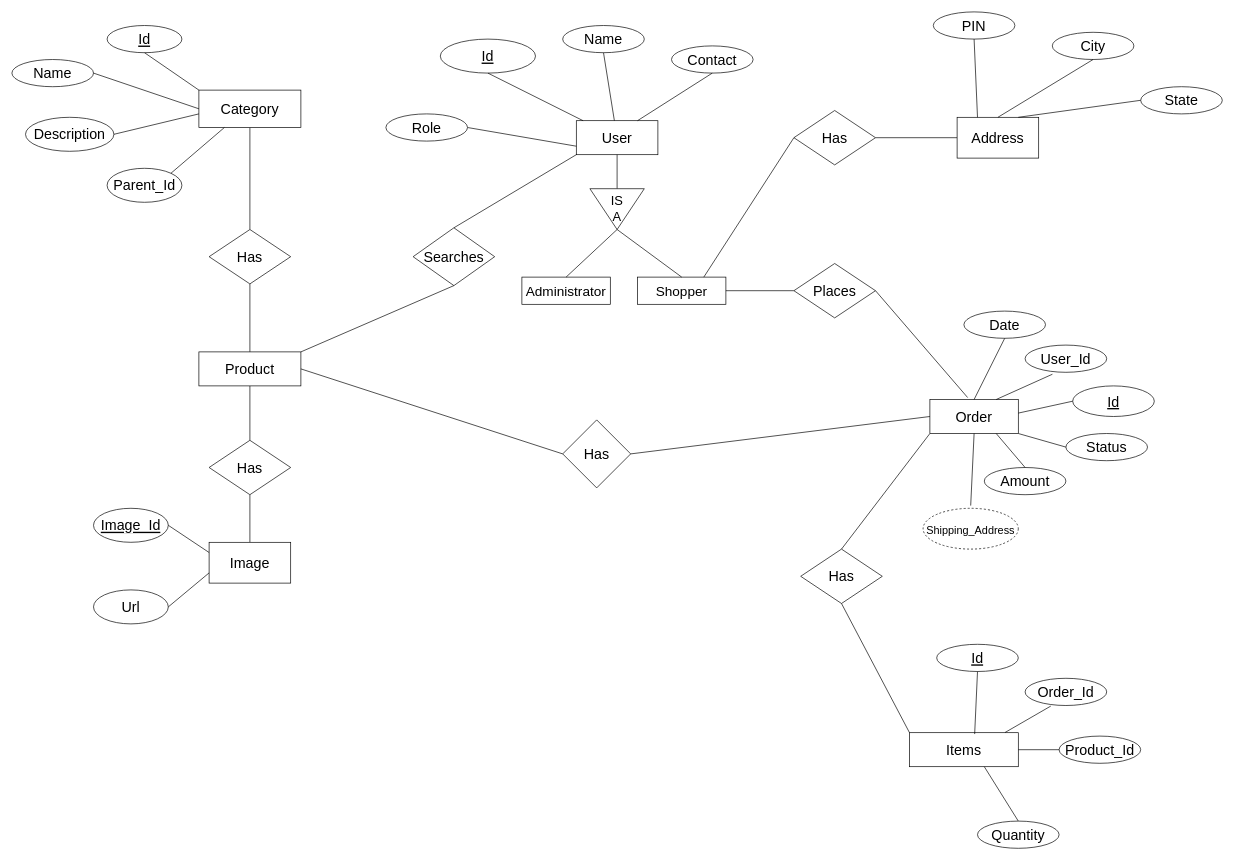
Metacube-KaranSingh-Solanki/GET2021-DSA keeps this draw.io diagram as Untitled Diagram.drawio. Above is the earlier version. Source tidied: cells renumbered, new cells numbered last; positions are measured from the earlier drawing's top-left corner, leaving out a move shared by most shapes. Both pictures are drawn from the tidied source at 68%, with x=0, y=0 at pixel (12, 12).
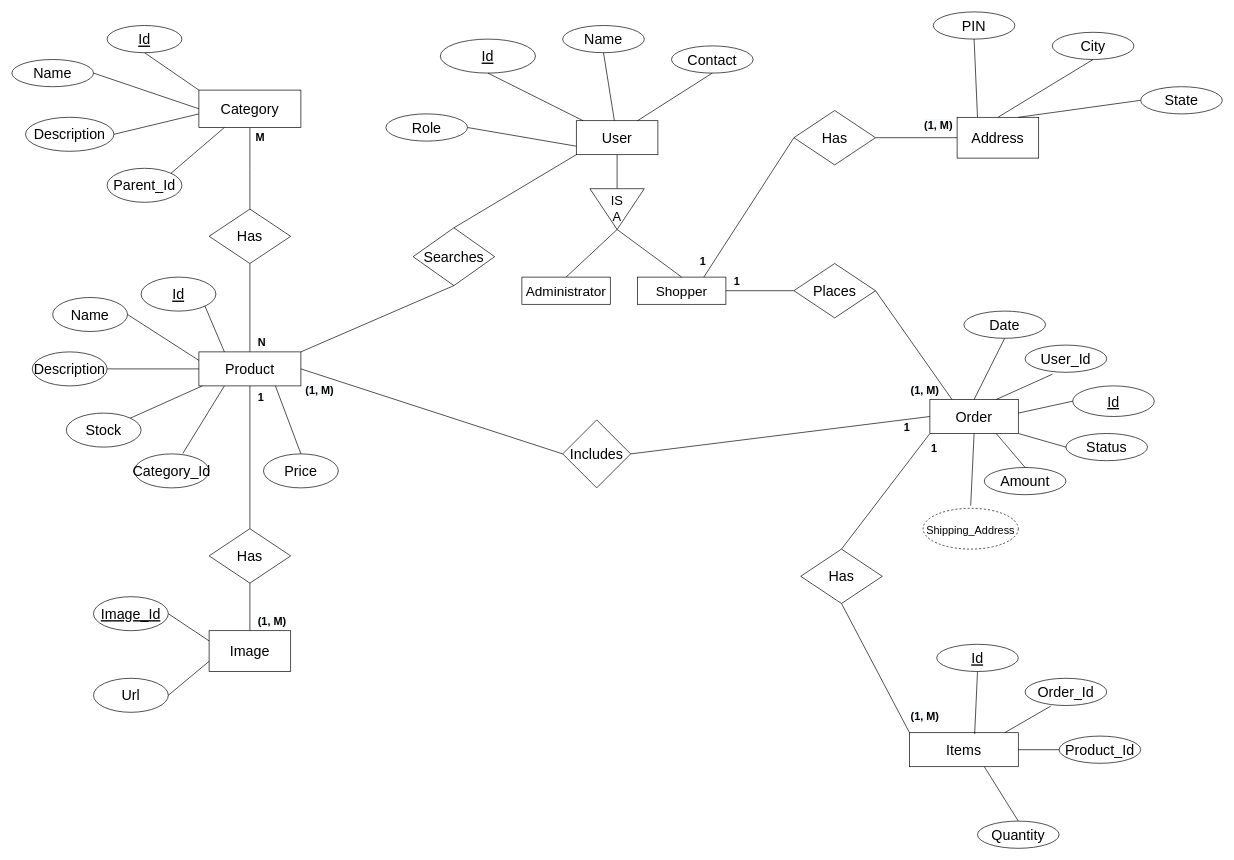
The same page after the edit.

The change refers to these unchanged cells:
```xml
<mxCell id="13" value="Category" style="rounded=0;whiteSpace=wrap;html=1;fontSize=21;" parent="1" vertex="1">
  <mxGeometry x="275" y="115" width="150" height="55" as="geometry" />
</mxCell>
<mxCell id="17" value="Product" style="rounded=0;whiteSpace=wrap;html=1;fontSize=21;" parent="1" vertex="1">
  <mxGeometry x="275" y="500" width="150" height="50" as="geometry" />
</mxCell>
<mxCell id="33" value="Order" style="rounded=0;whiteSpace=wrap;html=1;fontSize=21;" parent="1" vertex="1">
  <mxGeometry x="1350" y="570" width="130" height="50" as="geometry" />
</mxCell>
<mxCell id="56" value="Places" style="rhombus;whiteSpace=wrap;html=1;fontSize=21;rotation=0;direction=north;" parent="1" vertex="1">
  <mxGeometry x="1150" y="370" width="120" height="80" as="geometry" />
</mxCell>
```

The edit, as a diff of the source:
```diff
@@
-    <mxCell id="12" style="edgeStyle=orthogonalEdgeStyle;rounded=0;jettySize=auto;html=1;exitX=0.5;exitY=1;exitDx=0;exitDy=0;fontSize=21;endArrow=none;endFill=0;" parent="1" edge="1" source="13" target="15">
+    <mxCell id="12" style="edgeStyle=elbowEdgeStyle;rounded=0;jettySize=auto;html=1;exitX=0.5;exitY=1;exitDx=0;exitDy=0;fontSize=21;endArrow=none;endFill=0;elbow=vertical;startArrow=none;startFill=0;" parent="1" edge="1" source="13" target="15">
       <mxGeometry relative="1" as="geometry" />
     </mxCell>
@@
     <mxCell id="15" value="Has" style="rhombus;whiteSpace=wrap;html=1;fontSize=21;rotation=0;direction=north;" parent="1" vertex="1">
-      <mxGeometry x="290" y="320" width="120" height="80" as="geometry" />
+      <mxGeometry x="290" y="290" width="120" height="80" as="geometry" />
     </mxCell>
@@
     <mxCell id="30" value="Has" style="rhombus;whiteSpace=wrap;html=1;fontSize=21;rotation=0;direction=north;" parent="1" vertex="1">
-      <mxGeometry x="290" y="630" width="120" height="80" as="geometry" />
+      <mxGeometry x="290" y="760" width="120" height="80" as="geometry" />
     </mxCell>
     <mxCell id="31" value="Image" style="rounded=0;whiteSpace=wrap;html=1;fontSize=21;" parent="1" vertex="1">
-      <mxGeometry x="290" y="780" width="120" height="60" as="geometry" />
+      <mxGeometry x="290" y="910" width="120" height="60" as="geometry" />
     </mxCell>
@@
-    <mxCell id="40" value="&lt;font style=&quot;font-size: 21px&quot;&gt;Has&lt;/font&gt;" style="rhombus;whiteSpace=wrap;html=1;" parent="1" vertex="1">
+    <mxCell id="40" value="&lt;font style=&quot;font-size: 21px&quot;&gt;Includes&lt;/font&gt;" style="rhombus;whiteSpace=wrap;html=1;" parent="1" vertex="1">
       <mxGeometry x="810" y="600" width="100" height="100" as="geometry" />
     </mxCell>
@@
-    <mxCell id="59" style="endArrow=none;html=1;entryX=0.427;entryY=-0.057;entryDx=0;entryDy=0;entryPerimeter=0;exitX=0.5;exitY=1;exitDx=0;exitDy=0;" parent="1" edge="1" source="56" target="33">
+    <mxCell id="59" style="endArrow=none;html=1;entryX=0.25;entryY=0;entryDx=0;entryDy=0;exitX=0.5;exitY=1;exitDx=0;exitDy=0;" parent="1" edge="1" source="56" target="33">
       <mxGeometry relative="1" as="geometry" />
     </mxCell>
@@
     <mxCell id="79" value="&lt;u&gt;Image_Id&lt;/u&gt;" style="ellipse;whiteSpace=wrap;html=1;fontSize=21;" parent="1" vertex="1">
-      <mxGeometry x="120" y="730" width="110" height="50" as="geometry" />
+      <mxGeometry x="120" y="860" width="110" height="50" as="geometry" />
     </mxCell>
     <mxCell id="80" value="Url" style="ellipse;whiteSpace=wrap;html=1;fontSize=21;" parent="1" vertex="1">
-      <mxGeometry x="120" y="850" width="110" height="50" as="geometry" />
+      <mxGeometry x="120" y="980" width="110" height="50" as="geometry" />
     </mxCell>
@@
+    <mxCell id="83" value="Description" style="ellipse;whiteSpace=wrap;html=1;fontSize=21;" parent="1" vertex="1">
+      <mxGeometry x="30" y="500" width="110" height="50" as="geometry" />
+    </mxCell>
+    <mxCell id="84" value="Name" style="ellipse;whiteSpace=wrap;html=1;fontSize=21;" parent="1" vertex="1">
+      <mxGeometry x="60" y="420" width="110" height="50" as="geometry" />
+    </mxCell>
+    <mxCell id="85" value="&lt;u&gt;Id&lt;/u&gt;" style="ellipse;whiteSpace=wrap;html=1;fontSize=21;" parent="1" vertex="1">
+      <mxGeometry x="190" y="390" width="110" height="50" as="geometry" />
+    </mxCell>
+    <mxCell id="86" value="Stock" style="ellipse;whiteSpace=wrap;html=1;fontSize=21;" parent="1" vertex="1">
+      <mxGeometry x="80" y="590" width="110" height="50" as="geometry" />
+    </mxCell>
+    <mxCell id="87" value="Category_Id" style="ellipse;whiteSpace=wrap;html=1;fontSize=21;" parent="1" vertex="1">
+      <mxGeometry x="180" y="650" width="110" height="50" as="geometry" />
+    </mxCell>
+    <mxCell id="88" value="Price" style="ellipse;whiteSpace=wrap;html=1;fontSize=21;" parent="1" vertex="1">
+      <mxGeometry x="370" y="650" width="110" height="50" as="geometry" />
+    </mxCell>
+    <mxCell id="89" style="endArrow=none;html=1;entryX=0.75;entryY=1;entryDx=0;entryDy=0;exitX=0.5;exitY=0;exitDx=0;exitDy=0;" parent="1" edge="1" source="88" target="17">
+      <mxGeometry relative="1" as="geometry" />
+    </mxCell>
+    <mxCell id="90" style="endArrow=none;html=1;exitX=0.25;exitY=1;exitDx=0;exitDy=0;entryX=0.648;entryY=-0.011;entryDx=0;entryDy=0;entryPerimeter=0;" parent="1" edge="1" source="17" target="87">
+      <mxGeometry relative="1" as="geometry" />
+    </mxCell>
+    <mxCell id="91" style="endArrow=none;html=1;" parent="1" edge="1" source="86">
+      <mxGeometry relative="1" as="geometry">
+        <mxPoint x="280" y="550" as="targetPoint" />
+      </mxGeometry>
+    </mxCell>
+    <mxCell id="92" style="endArrow=none;html=1;entryX=1;entryY=0.5;entryDx=0;entryDy=0;" parent="1" edge="1" target="83">
+      <mxGeometry relative="1" as="geometry">
+        <mxPoint x="275" y="525" as="sourcePoint" />
+      </mxGeometry>
+    </mxCell>
+    <mxCell id="93" style="endArrow=none;html=1;entryX=1;entryY=0.5;entryDx=0;entryDy=0;exitX=0;exitY=0.25;exitDx=0;exitDy=0;" parent="1" edge="1" source="17" target="84">
+      <mxGeometry relative="1" as="geometry" />
+    </mxCell>
+    <mxCell id="94" style="endArrow=none;html=1;entryX=1;entryY=1;entryDx=0;entryDy=0;exitX=0.25;exitY=0;exitDx=0;exitDy=0;" parent="1" edge="1" source="17" target="85">
+      <mxGeometry relative="1" as="geometry" />
+    </mxCell>
+    <mxCell id="95" value="&lt;font size=&quot;1&quot;&gt;&lt;b style=&quot;font-size: 16px&quot;&gt;M&lt;/b&gt;&lt;/font&gt;" style="text;html=1;align=center;verticalAlign=middle;strokeColor=none;" parent="1" vertex="1">
+      <mxGeometry x="350" y="175" width="30" height="20" as="geometry" />
+    </mxCell>
+    <mxCell id="96" value="&lt;b style=&quot;color: rgb(0 , 0 , 0) ; font-family: &amp;#34;helvetica&amp;#34; ; font-style: normal ; letter-spacing: normal ; text-align: center ; text-indent: 0px ; text-transform: none ; word-spacing: 0px ; background-color: rgb(248 , 249 , 250) ; font-size: 16px&quot;&gt;N&lt;/b&gt;" style="text;whiteSpace=wrap;html=1;" parent="1" vertex="1">
+      <mxGeometry x="360" y="470" width="40" height="30" as="geometry" />
+    </mxCell>
+    <mxCell id="97" value="&lt;b style=&quot;color: rgb(0 , 0 , 0) ; font-family: &amp;#34;helvetica&amp;#34; ; font-style: normal ; letter-spacing: normal ; text-align: center ; text-indent: 0px ; text-transform: none ; word-spacing: 0px ; background-color: rgb(248 , 249 , 250) ; font-size: 16px&quot;&gt;1&lt;/b&gt;" style="text;whiteSpace=wrap;html=1;" parent="1" vertex="1">
+      <mxGeometry x="360" y="550" width="40" height="30" as="geometry" />
+    </mxCell>
+    <mxCell id="98" value="&lt;b style=&quot;color: rgb(0 , 0 , 0) ; font-family: &amp;#34;helvetica&amp;#34; ; font-style: normal ; letter-spacing: normal ; text-align: center ; text-indent: 0px ; text-transform: none ; word-spacing: 0px ; background-color: rgb(248 , 249 , 250) ; font-size: 16px&quot;&gt;(1, M)&lt;/b&gt;" style="text;whiteSpace=wrap;html=1;" parent="1" vertex="1">
+      <mxGeometry x="1320" y="1020" width="50" height="30" as="geometry" />
+    </mxCell>
+    <mxCell id="99" value="&lt;b style=&quot;color: rgb(0 , 0 , 0) ; font-family: &amp;#34;helvetica&amp;#34; ; font-style: normal ; letter-spacing: normal ; text-align: center ; text-indent: 0px ; text-transform: none ; word-spacing: 0px ; background-color: rgb(248 , 249 , 250) ; font-size: 16px&quot;&gt;1&lt;/b&gt;" style="text;whiteSpace=wrap;html=1;" parent="1" vertex="1">
+      <mxGeometry x="1350" y="625" width="40" height="30" as="geometry" />
+    </mxCell>
+    <mxCell id="100" value="&lt;b style=&quot;color: rgb(0 , 0 , 0) ; font-family: &amp;#34;helvetica&amp;#34; ; font-style: normal ; letter-spacing: normal ; text-align: center ; text-indent: 0px ; text-transform: none ; word-spacing: 0px ; background-color: rgb(248 , 249 , 250) ; font-size: 16px&quot;&gt;(1, M)&lt;/b&gt;" style="text;whiteSpace=wrap;html=1;" parent="1" vertex="1">
+      <mxGeometry x="1320" y="540" width="50" height="30" as="geometry" />
+    </mxCell>
+    <mxCell id="101" value="&lt;b style=&quot;color: rgb(0 , 0 , 0) ; font-family: &amp;#34;helvetica&amp;#34; ; font-style: normal ; letter-spacing: normal ; text-align: center ; text-indent: 0px ; text-transform: none ; word-spacing: 0px ; background-color: rgb(248 , 249 , 250) ; font-size: 16px&quot;&gt;1&lt;/b&gt;" style="text;whiteSpace=wrap;html=1;" parent="1" vertex="1">
+      <mxGeometry x="1060" y="380" width="40" height="30" as="geometry" />
+    </mxCell>
+    <mxCell id="102" value="&lt;b style=&quot;color: rgb(0 , 0 , 0) ; font-family: &amp;#34;helvetica&amp;#34; ; font-style: normal ; letter-spacing: normal ; text-align: center ; text-indent: 0px ; text-transform: none ; word-spacing: 0px ; background-color: rgb(248 , 249 , 250) ; font-size: 16px&quot;&gt;1&lt;/b&gt;" style="text;whiteSpace=wrap;html=1;" parent="1" vertex="1">
+      <mxGeometry x="1010" y="350" width="40" height="30" as="geometry" />
+    </mxCell>
+    <mxCell id="103" value="&lt;b style=&quot;color: rgb(0 , 0 , 0) ; font-family: &amp;#34;helvetica&amp;#34; ; font-style: normal ; letter-spacing: normal ; text-align: center ; text-indent: 0px ; text-transform: none ; word-spacing: 0px ; background-color: rgb(248 , 249 , 250) ; font-size: 16px&quot;&gt;(1, M)&lt;/b&gt;" style="text;whiteSpace=wrap;html=1;" parent="1" vertex="1">
+      <mxGeometry x="1340" y="150" width="50" height="30" as="geometry" />
+    </mxCell>
+    <mxCell id="104" value="&lt;b style=&quot;color: rgb(0 , 0 , 0) ; font-family: &amp;#34;helvetica&amp;#34; ; font-style: normal ; letter-spacing: normal ; text-align: center ; text-indent: 0px ; text-transform: none ; word-spacing: 0px ; background-color: rgb(248 , 249 , 250) ; font-size: 16px&quot;&gt;(1, M)&lt;/b&gt;" style="text;whiteSpace=wrap;html=1;" parent="1" vertex="1">
+      <mxGeometry x="360" y="880" width="50" height="30" as="geometry" />
+    </mxCell>
+    <mxCell id="105" value="&lt;b style=&quot;color: rgb(0 , 0 , 0) ; font-family: &amp;#34;helvetica&amp;#34; ; font-style: normal ; letter-spacing: normal ; text-align: center ; text-indent: 0px ; text-transform: none ; word-spacing: 0px ; background-color: rgb(248 , 249 , 250) ; font-size: 16px&quot;&gt;(1, M)&lt;/b&gt;" style="text;whiteSpace=wrap;html=1;" parent="1" vertex="1">
+      <mxGeometry x="430" y="540" width="50" height="30" as="geometry" />
+    </mxCell>
+    <mxCell id="106" value="&lt;b style=&quot;color: rgb(0 , 0 , 0) ; font-family: &amp;#34;helvetica&amp;#34; ; font-style: normal ; letter-spacing: normal ; text-align: center ; text-indent: 0px ; text-transform: none ; word-spacing: 0px ; background-color: rgb(248 , 249 , 250) ; font-size: 16px&quot;&gt;1&lt;/b&gt;" style="text;whiteSpace=wrap;html=1;" parent="1" vertex="1">
+      <mxGeometry x="1310" y="595" width="40" height="30" as="geometry" />
+    </mxCell>
```
